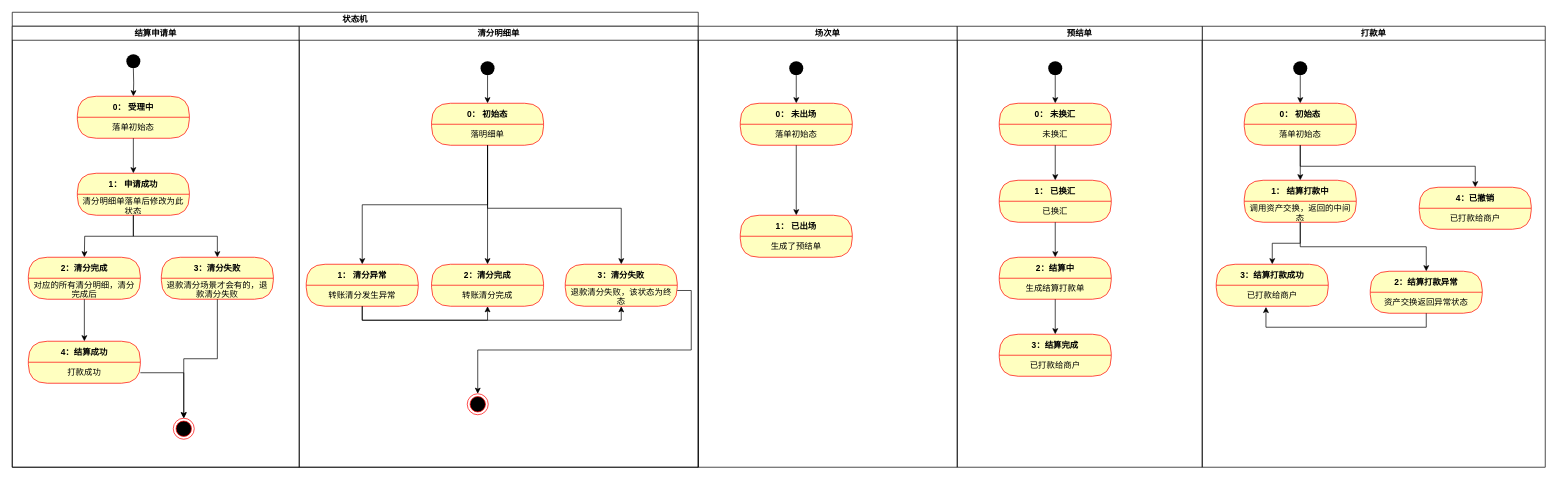
The draw.io diagram merchant-settle/状态机.drawio in DominicElvira/Diagrams, before the edit. Source tidied: cells renumbered, new cells numbered last; positions are measured from the earlier drawing's top-left corner, leaving out a move shared by most shapes. Both pictures are drawn from the tidied source at 70%, with x=0, y=0 at pixel (12, 12).
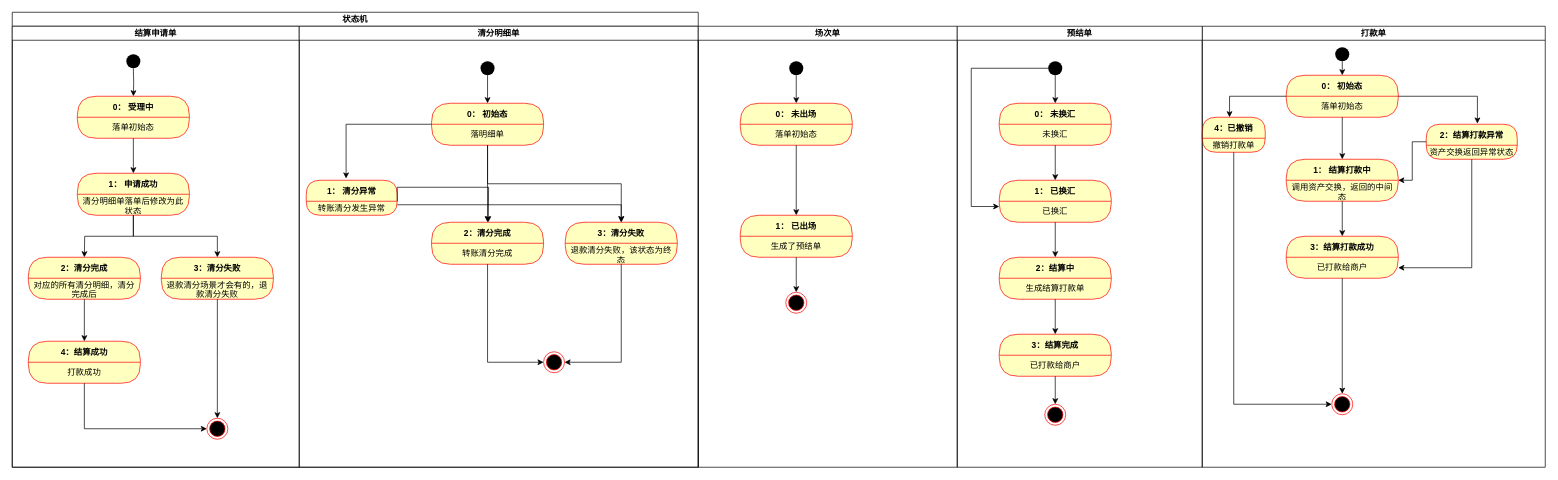
The same diagram, later.

Unchanged cells that the change refers to:
```xml
<mxCell id="3" value="结算申请单" style="swimlane;startSize=20;" parent="2" vertex="1">
  <mxGeometry y="20" width="410" height="630" as="geometry" />
</mxCell>
<mxCell id="11" value="退款清分场景才会有的，退款清分失败" style="text;html=1;strokeColor=none;fillColor=none;align=center;verticalAlign=middle;spacingLeft=4;spacingRight=4;whiteSpace=wrap;overflow=hidden;fontColor=#000000;" parent="10" vertex="1">
  <mxGeometry y="30" width="160" height="30" as="geometry" />
</mxCell>
<mxCell id="13" value="打款成功" style="text;html=1;strokeColor=none;fillColor=none;align=center;verticalAlign=middle;spacingLeft=4;spacingRight=4;whiteSpace=wrap;overflow=hidden;fontColor=#000000;" parent="12" vertex="1">
  <mxGeometry y="30" width="160" height="30" as="geometry" />
</mxCell>
<mxCell id="18" value="清分明细单" style="swimlane;startSize=20;" parent="2" vertex="1">
  <mxGeometry x="410" y="20" width="570" height="630" as="geometry" />
</mxCell>
<mxCell id="20" value="0： 初始态" style="swimlane;fontStyle=1;align=center;verticalAlign=middle;horizontal=1;startSize=30;fontColor=#000000;rounded=1;arcSize=30;strokeColor=#ff0000;fillColor=#ffffc0;swimlaneFillColor=#ffffc0;" parent="18" vertex="1">
  <mxGeometry x="189" y="110" width="160" height="60" as="geometry" />
</mxCell>
<mxCell id="21" value="落明细单" style="text;html=1;strokeColor=none;fillColor=none;align=center;verticalAlign=middle;spacingLeft=4;spacingRight=4;whiteSpace=wrap;overflow=hidden;fontColor=#000000;" parent="20" vertex="1">
  <mxGeometry y="30" width="160" height="30" as="geometry" />
</mxCell>
<mxCell id="24" value="转账清分完成" style="text;html=1;strokeColor=none;fillColor=none;align=center;verticalAlign=middle;spacingLeft=4;spacingRight=4;whiteSpace=wrap;overflow=hidden;fontColor=#000000;" parent="23" vertex="1">
  <mxGeometry y="30" width="160" height="30" as="geometry" />
</mxCell>
<mxCell id="26" value="退款清分失败，该状态为终态" style="text;html=1;strokeColor=none;fillColor=none;align=center;verticalAlign=middle;spacingLeft=4;spacingRight=4;whiteSpace=wrap;overflow=hidden;fontColor=#000000;" parent="25" vertex="1">
  <mxGeometry y="30" width="160" height="30" as="geometry" />
</mxCell>
<mxCell id="41" value="场次单" style="swimlane;startSize=20;" parent="1" vertex="1">
  <mxGeometry x="980" y="20" width="370" height="630" as="geometry" />
</mxCell>
<mxCell id="46" value="生成了预结单" style="text;html=1;strokeColor=none;fillColor=none;align=center;verticalAlign=middle;spacingLeft=4;spacingRight=4;whiteSpace=wrap;overflow=hidden;fontColor=#000000;" parent="45" vertex="1">
  <mxGeometry y="30" width="160" height="30" as="geometry" />
</mxCell>
<mxCell id="49" value="打款单" style="swimlane;startSize=20;" parent="1" vertex="1">
  <mxGeometry x="1700" y="20" width="490" height="630" as="geometry" />
</mxCell>
<mxCell id="56" value="调用资产交换，返回的中间态" style="text;html=1;strokeColor=none;fillColor=none;align=center;verticalAlign=middle;spacingLeft=4;spacingRight=4;whiteSpace=wrap;overflow=hidden;fontColor=#000000;" parent="55" vertex="1">
  <mxGeometry y="30" width="160" height="30" as="geometry" />
</mxCell>
<mxCell id="62" value="已打款给商户" style="text;html=1;strokeColor=none;fillColor=none;align=center;verticalAlign=middle;spacingLeft=4;spacingRight=4;whiteSpace=wrap;overflow=hidden;fontColor=#000000;" parent="61" vertex="1">
  <mxGeometry y="30" width="160" height="30" as="geometry" />
</mxCell>
<mxCell id="67" value="预结单" style="swimlane;startSize=20;" parent="1" vertex="1">
  <mxGeometry x="1350" y="20" width="350" height="630" as="geometry" />
</mxCell>
<mxCell id="68" style="ellipse;fillColor=#000000;strokeColor=none;" parent="67" vertex="1">
  <mxGeometry x="130" y="50" width="20" height="20" as="geometry" />
</mxCell>
<mxCell id="74" value="已换汇" style="text;html=1;strokeColor=none;fillColor=none;align=center;verticalAlign=middle;spacingLeft=4;spacingRight=4;whiteSpace=wrap;overflow=hidden;fontColor=#000000;" parent="73" vertex="1">
  <mxGeometry y="30" width="160" height="30" as="geometry" />
</mxCell>
<mxCell id="79" value="已打款给商户" style="text;html=1;strokeColor=none;fillColor=none;align=center;verticalAlign=middle;spacingLeft=4;spacingRight=4;whiteSpace=wrap;overflow=hidden;fontColor=#000000;" parent="78" vertex="1">
  <mxGeometry y="30" width="160" height="30" as="geometry" />
</mxCell>
```

What changed in the source:
```diff
@@
     <mxCell id="15" style="ellipse;html=1;shape=endState;fillColor=#000000;strokeColor=#ff0000;" parent="3" vertex="1">
-      <mxGeometry x="230" y="560" width="30" height="30" as="geometry" />
+      <mxGeometry x="278" y="560" width="30" height="30" as="geometry" />
     </mxCell>
-    <mxCell id="16" style="edgeStyle=orthogonalEdgeStyle;rounded=0;jettySize=auto;html=1;exitX=0.5;exitY=1;exitDx=0;exitDy=0;" parent="3" edge="1" source="11" target="15">
-      <mxGeometry relative="1" as="geometry" />
-    </mxCell>
-    <mxCell id="17" style="edgeStyle=orthogonalEdgeStyle;rounded=0;jettySize=auto;html=1;" parent="3" edge="1" source="13" target="15">
+    <mxCell id="17" style="edgeStyle=orthogonalEdgeStyle;rounded=0;jettySize=auto;html=1;exitX=0.5;exitY=1;exitDx=0;exitDy=0;entryX=0;entryY=0.5;entryDx=0;entryDy=0;" parent="3" edge="1" source="13" target="15">
       <mxGeometry relative="1" as="geometry" />
     </mxCell>
@@
     <mxCell id="23" value="2：清分完成" style="swimlane;fontStyle=1;align=center;verticalAlign=middle;horizontal=1;startSize=30;fontColor=#000000;rounded=1;arcSize=30;strokeColor=#ff0000;fillColor=#ffffc0;swimlaneFillColor=#ffffc0;" parent="18" vertex="1">
-      <mxGeometry x="189" y="340" width="160" height="60" as="geometry" />
+      <mxGeometry x="189" y="280" width="160" height="60" as="geometry" />
     </mxCell>
@@
     <mxCell id="25" value="3：清分失败" style="swimlane;fontStyle=1;align=center;verticalAlign=middle;horizontal=1;startSize=30;fontColor=#000000;rounded=1;arcSize=30;strokeColor=#ff0000;fillColor=#ffffc0;swimlaneFillColor=#ffffc0;" parent="18" vertex="1">
-      <mxGeometry x="380" y="340" width="160" height="60" as="geometry" />
+      <mxGeometry x="380" y="280" width="160" height="60" as="geometry" />
     </mxCell>
@@
     <mxCell id="27" value="1： 清分异常" style="swimlane;fontStyle=1;align=center;verticalAlign=middle;horizontal=1;startSize=30;fontColor=#000000;rounded=1;arcSize=30;strokeColor=#ff0000;fillColor=#ffffc0;swimlaneFillColor=#ffffc0;" parent="18" vertex="1">
-      <mxGeometry x="10" y="340" width="160" height="60" as="geometry" />
+      <mxGeometry x="10" y="220" width="130" height="50" as="geometry" />
     </mxCell>
     <mxCell id="28" value="转账清分发生异常" style="text;html=1;strokeColor=none;fillColor=none;align=center;verticalAlign=middle;spacingLeft=4;spacingRight=4;whiteSpace=wrap;overflow=hidden;fontColor=#000000;" parent="27" vertex="1">
-      <mxGeometry y="30" width="160" height="30" as="geometry" />
+      <mxGeometry y="30" width="130" height="20" as="geometry" />
     </mxCell>
-    <mxCell id="29" style="edgeStyle=orthogonalEdgeStyle;rounded=0;jettySize=auto;html=1;exitX=0.5;exitY=1;exitDx=0;exitDy=0;entryX=0.5;entryY=0;entryDx=0;entryDy=0;" parent="18" edge="1" source="21" target="27">
-      <mxGeometry relative="1" as="geometry" />
-    </mxCell>
+    <mxCell id="34" style="ellipse;html=1;shape=endState;fillColor=#000000;strokeColor=#ff0000;" parent="18" vertex="1">
+      <mxGeometry x="349" y="465" width="30" height="30" as="geometry" />
+    </mxCell>
+    <mxCell id="81" style="edgeStyle=orthogonalEdgeStyle;rounded=0;jettySize=auto;html=1;exitX=0;exitY=0.5;exitDx=0;exitDy=0;entryX=0.438;entryY=-0.05;entryDx=0;entryDy=0;entryPerimeter=0;" parent="18" edge="1" source="20" target="27">
+      <mxGeometry relative="1" as="geometry" />
+    </mxCell>
@@
+    <mxCell id="82" style="edgeStyle=orthogonalEdgeStyle;rounded=0;jettySize=auto;html=1;exitX=0.5;exitY=1;exitDx=0;exitDy=0;entryX=0;entryY=0.5;entryDx=0;entryDy=0;" parent="18" edge="1" source="24" target="34">
+      <mxGeometry relative="1" as="geometry" />
+    </mxCell>
+    <mxCell id="35" style="edgeStyle=orthogonalEdgeStyle;rounded=0;jettySize=auto;html=1;exitX=0.5;exitY=1;exitDx=0;exitDy=0;entryX=1;entryY=0.5;entryDx=0;entryDy=0;" parent="18" edge="1" source="26" target="34">
+      <mxGeometry relative="1" as="geometry" />
+    </mxCell>
+    <mxCell id="83" style="edgeStyle=orthogonalEdgeStyle;rounded=0;jettySize=auto;html=1;exitX=1;exitY=0.25;exitDx=0;exitDy=0;entryX=0.5;entryY=0;entryDx=0;entryDy=0;" parent="18" edge="1" source="28" target="25">
+      <mxGeometry relative="1" as="geometry" />
+    </mxCell>
-    <mxCell id="31" style="edgeStyle=orthogonalEdgeStyle;rounded=0;jettySize=auto;html=1;exitX=0.5;exitY=1;exitDx=0;exitDy=0;" parent="18" edge="1" source="21" target="25">
-      <mxGeometry relative="1" as="geometry">
-        <Array as="points">
-          <mxPoint x="269" y="260" />
-          <mxPoint x="460" y="260" />
-        </Array>
-      </mxGeometry>
+    <mxCell id="31" style="edgeStyle=orthogonalEdgeStyle;rounded=0;jettySize=auto;html=1;exitX=0.5;exitY=1;exitDx=0;exitDy=0;entryX=0.5;entryY=0;entryDx=0;entryDy=0;" parent="18" edge="1" source="21" target="25">
+      <mxGeometry relative="1" as="geometry" />
     </mxCell>
-    <mxCell id="32" style="edgeStyle=orthogonalEdgeStyle;rounded=0;jettySize=auto;html=1;exitX=0.5;exitY=1;exitDx=0;exitDy=0;entryX=0.5;entryY=1;entryDx=0;entryDy=0;" parent="18" edge="1" source="28" target="24">
-      <mxGeometry relative="1" as="geometry" />
-    </mxCell>
-    <mxCell id="33" style="edgeStyle=orthogonalEdgeStyle;rounded=0;jettySize=auto;html=1;exitX=0.5;exitY=1;exitDx=0;exitDy=0;entryX=0.5;entryY=1;entryDx=0;entryDy=0;" parent="18" edge="1" source="28" target="26">
-      <mxGeometry relative="1" as="geometry" />
-    </mxCell>
-    <mxCell id="34" style="ellipse;html=1;shape=endState;fillColor=#000000;strokeColor=#ff0000;" parent="18" vertex="1">
-      <mxGeometry x="240" y="525" width="30" height="30" as="geometry" />
-    </mxCell>
-    <mxCell id="35" style="edgeStyle=orthogonalEdgeStyle;rounded=0;jettySize=auto;html=1;exitX=1;exitY=0.25;exitDx=0;exitDy=0;" parent="18" edge="1" source="26" target="34">
-      <mxGeometry relative="1" as="geometry" />
-    </mxCell>
@@
+    <mxCell id="84" style="ellipse;html=1;shape=endState;fillColor=#000000;strokeColor=#ff0000;" parent="41" vertex="1">
+      <mxGeometry x="125" y="380" width="30" height="30" as="geometry" />
+    </mxCell>
+    <mxCell id="85" style="edgeStyle=orthogonalEdgeStyle;rounded=0;jettySize=auto;html=1;exitX=0.5;exitY=1;exitDx=0;exitDy=0;" parent="41" edge="1" source="46" target="84">
+      <mxGeometry relative="1" as="geometry" />
+    </mxCell>
@@
     <mxCell id="50" style="ellipse;fillColor=#000000;strokeColor=none;" parent="49" vertex="1">
-      <mxGeometry x="130" y="50" width="20" height="20" as="geometry" />
+      <mxGeometry x="190" y="30" width="20" height="20" as="geometry" />
     </mxCell>
     <mxCell id="51" value="0： 初始态" style="swimlane;fontStyle=1;align=center;verticalAlign=middle;horizontal=1;startSize=30;fontColor=#000000;rounded=1;arcSize=30;strokeColor=#ff0000;fillColor=#ffffc0;swimlaneFillColor=#ffffc0;" parent="49" vertex="1">
-      <mxGeometry x="60" y="110" width="160" height="60" as="geometry" />
+      <mxGeometry x="120" y="70" width="160" height="60" as="geometry" />
     </mxCell>
@@
     <mxCell id="53" value="2：结算打款异常" style="swimlane;fontStyle=1;align=center;verticalAlign=middle;horizontal=1;startSize=30;fontColor=#000000;rounded=1;arcSize=30;strokeColor=#ff0000;fillColor=#ffffc0;swimlaneFillColor=#ffffc0;" parent="49" vertex="1">
-      <mxGeometry x="240" y="350" width="160" height="60" as="geometry" />
+      <mxGeometry x="320" y="140" width="130" height="50" as="geometry" />
     </mxCell>
     <mxCell id="54" value="资产交换返回异常状态" style="text;html=1;strokeColor=none;fillColor=none;align=center;verticalAlign=middle;spacingLeft=4;spacingRight=4;whiteSpace=wrap;overflow=hidden;fontColor=#000000;" parent="53" vertex="1">
-      <mxGeometry y="30" width="160" height="30" as="geometry" />
+      <mxGeometry y="30" width="130" height="20" as="geometry" />
     </mxCell>
     <mxCell id="55" value="1： 结算打款中" style="swimlane;fontStyle=1;align=center;verticalAlign=middle;horizontal=1;startSize=30;fontColor=#000000;rounded=1;arcSize=30;strokeColor=#ff0000;fillColor=#ffffc0;swimlaneFillColor=#ffffc0;" parent="49" vertex="1">
-      <mxGeometry x="60" y="220" width="160" height="60" as="geometry" />
+      <mxGeometry x="120" y="190" width="160" height="60" as="geometry" />
     </mxCell>
@@
-    <mxCell id="58" style="edgeStyle=orthogonalEdgeStyle;rounded=0;jettySize=auto;html=1;exitX=0.5;exitY=1;exitDx=0;exitDy=0;entryX=0.5;entryY=0;entryDx=0;entryDy=0;" parent="49" edge="1" source="56" target="53">
-      <mxGeometry relative="1" as="geometry" />
-    </mxCell>
-    <mxCell id="59" style="edgeStyle=orthogonalEdgeStyle;rounded=0;jettySize=auto;html=1;exitX=0.5;exitY=1;exitDx=0;exitDy=0;entryX=0.5;entryY=0;entryDx=0;entryDy=0;" parent="49" edge="1" source="60" target="63">
-      <mxGeometry relative="1" as="geometry" />
-    </mxCell>
+    <mxCell id="86" style="edgeStyle=orthogonalEdgeStyle;rounded=0;jettySize=auto;html=1;exitX=1;exitY=0;exitDx=0;exitDy=0;entryX=0.562;entryY=-0.02;entryDx=0;entryDy=0;entryPerimeter=0;" parent="49" edge="1" source="60" target="53">
+      <mxGeometry relative="1" as="geometry">
+        <Array as="points">
+          <mxPoint x="393" y="100" />
+        </Array>
+      </mxGeometry>
+    </mxCell>
     <mxCell id="60" value="落单初始态" style="text;html=1;strokeColor=none;fillColor=none;align=center;verticalAlign=middle;spacingLeft=4;spacingRight=4;whiteSpace=wrap;overflow=hidden;fontColor=#000000;" parent="49" vertex="1">
-      <mxGeometry x="60" y="140" width="160" height="30" as="geometry" />
+      <mxGeometry x="120" y="100" width="160" height="30" as="geometry" />
     </mxCell>
     <mxCell id="61" value="3：结算打款成功" style="swimlane;fontStyle=1;align=center;verticalAlign=middle;horizontal=1;startSize=30;fontColor=#000000;rounded=1;arcSize=30;strokeColor=#ff0000;fillColor=#ffffc0;swimlaneFillColor=#ffffc0;" parent="49" vertex="1">
-      <mxGeometry x="20" y="340" width="160" height="60" as="geometry" />
+      <mxGeometry x="120" y="300" width="160" height="60" as="geometry" />
     </mxCell>
@@
+    <mxCell id="87" style="ellipse;html=1;shape=endState;fillColor=#000000;strokeColor=#ff0000;" parent="49" vertex="1">
+      <mxGeometry x="185" y="525" width="30" height="30" as="geometry" />
+    </mxCell>
+    <mxCell id="65" style="edgeStyle=orthogonalEdgeStyle;rounded=0;jettySize=auto;html=1;exitX=0.5;exitY=1;exitDx=0;exitDy=0;entryX=0.5;entryY=0;entryDx=0;entryDy=0;" parent="49" edge="1" source="56" target="61">
+      <mxGeometry relative="1" as="geometry" />
+    </mxCell>
     <mxCell id="63" value="4：已撤销" style="swimlane;fontStyle=1;align=center;verticalAlign=middle;horizontal=1;startSize=30;fontColor=#000000;rounded=1;arcSize=30;strokeColor=#ff0000;fillColor=#ffffc0;swimlaneFillColor=#ffffc0;" parent="49" vertex="1">
-      <mxGeometry x="310" y="230" width="160" height="60" as="geometry" />
+      <mxGeometry y="130" width="90" height="50" as="geometry" />
     </mxCell>
-    <mxCell id="64" value="已打款给商户" style="text;html=1;strokeColor=none;fillColor=none;align=center;verticalAlign=middle;spacingLeft=4;spacingRight=4;whiteSpace=wrap;overflow=hidden;fontColor=#000000;" parent="63" vertex="1">
-      <mxGeometry y="30" width="160" height="30" as="geometry" />
+    <mxCell id="64" value="撤销打款单" style="text;html=1;strokeColor=none;fillColor=none;align=center;verticalAlign=middle;spacingLeft=4;spacingRight=4;whiteSpace=wrap;overflow=hidden;fontColor=#000000;" parent="63" vertex="1">
+      <mxGeometry y="30" width="90" height="20" as="geometry" />
     </mxCell>
-    <mxCell id="65" style="edgeStyle=orthogonalEdgeStyle;rounded=0;jettySize=auto;html=1;exitX=0.5;exitY=1;exitDx=0;exitDy=0;" parent="49" edge="1" source="56" target="61">
-      <mxGeometry relative="1" as="geometry" />
-    </mxCell>
+    <mxCell id="59" style="edgeStyle=orthogonalEdgeStyle;rounded=0;jettySize=auto;html=1;exitX=0;exitY=0;exitDx=0;exitDy=0;entryX=0.433;entryY=0;entryDx=0;entryDy=0;entryPerimeter=0;" parent="49" edge="1" source="60" target="63">
+      <mxGeometry relative="1" as="geometry">
+        <Array as="points">
+          <mxPoint x="39" y="100" />
+        </Array>
+      </mxGeometry>
+    </mxCell>
+    <mxCell id="88" style="edgeStyle=orthogonalEdgeStyle;rounded=0;jettySize=auto;html=1;exitX=0.5;exitY=1;exitDx=0;exitDy=0;entryX=0;entryY=0.5;entryDx=0;entryDy=0;" parent="49" edge="1" source="64" target="87">
+      <mxGeometry relative="1" as="geometry" />
+    </mxCell>
+    <mxCell id="89" style="edgeStyle=orthogonalEdgeStyle;rounded=0;jettySize=auto;html=1;exitX=0.5;exitY=1;exitDx=0;exitDy=0;" parent="49" edge="1" source="62" target="87">
+      <mxGeometry relative="1" as="geometry" />
+    </mxCell>
+    <mxCell id="90" style="edgeStyle=orthogonalEdgeStyle;rounded=0;jettySize=auto;html=1;exitX=0;exitY=0.5;exitDx=0;exitDy=0;" parent="49" edge="1" source="53" target="55">
+      <mxGeometry relative="1" as="geometry" />
+    </mxCell>
-    <mxCell id="66" style="edgeStyle=orthogonalEdgeStyle;rounded=0;jettySize=auto;html=1;exitX=0.5;exitY=1;exitDx=0;exitDy=0;entryX=0.444;entryY=1.033;entryDx=0;entryDy=0;entryPerimeter=0;" parent="49" edge="1" source="54" target="62">
+    <mxCell id="66" style="edgeStyle=orthogonalEdgeStyle;rounded=0;jettySize=auto;html=1;exitX=0.5;exitY=1;exitDx=0;exitDy=0;entryX=1;entryY=0.5;entryDx=0;entryDy=0;" parent="49" edge="1" source="54" target="62">
       <mxGeometry relative="1" as="geometry" />
     </mxCell>
@@
+    <mxCell id="91" style="edgeStyle=orthogonalEdgeStyle;rounded=0;jettySize=auto;html=1;exitX=0;exitY=0.5;exitDx=0;exitDy=0;entryX=0;entryY=0.25;entryDx=0;entryDy=0;" parent="67" edge="1" source="68" target="74">
+      <mxGeometry relative="1" as="geometry">
+        <Array as="points">
+          <mxPoint x="20" y="60" />
+          <mxPoint x="20" y="258" />
+        </Array>
+      </mxGeometry>
+    </mxCell>
+    <mxCell id="92" style="ellipse;html=1;shape=endState;fillColor=#000000;strokeColor=#ff0000;" parent="67" vertex="1">
+      <mxGeometry x="125" y="540" width="30" height="30" as="geometry" />
+    </mxCell>
+    <mxCell id="93" style="edgeStyle=orthogonalEdgeStyle;rounded=0;jettySize=auto;html=1;exitX=0.5;exitY=1;exitDx=0;exitDy=0;entryX=0.5;entryY=0;entryDx=0;entryDy=0;" parent="67" edge="1" source="79" target="92">
+      <mxGeometry relative="1" as="geometry" />
+    </mxCell>
+    <mxCell id="94" style="edgeStyle=orthogonalEdgeStyle;rounded=0;jettySize=auto;html=1;exitX=0.5;exitY=1;exitDx=0;exitDy=0;" parent="1" edge="1" source="11">
+      <mxGeometry relative="1" as="geometry">
+        <mxPoint x="293" y="580" as="targetPoint" />
+      </mxGeometry>
+    </mxCell>
+    <mxCell id="95" style="edgeStyle=orthogonalEdgeStyle;rounded=0;jettySize=auto;html=1;exitX=1;exitY=0;exitDx=0;exitDy=0;" parent="1" edge="1" source="28">
+      <mxGeometry relative="1" as="geometry">
+        <mxPoint x="680" y="300" as="targetPoint" />
+      </mxGeometry>
+    </mxCell>
```
